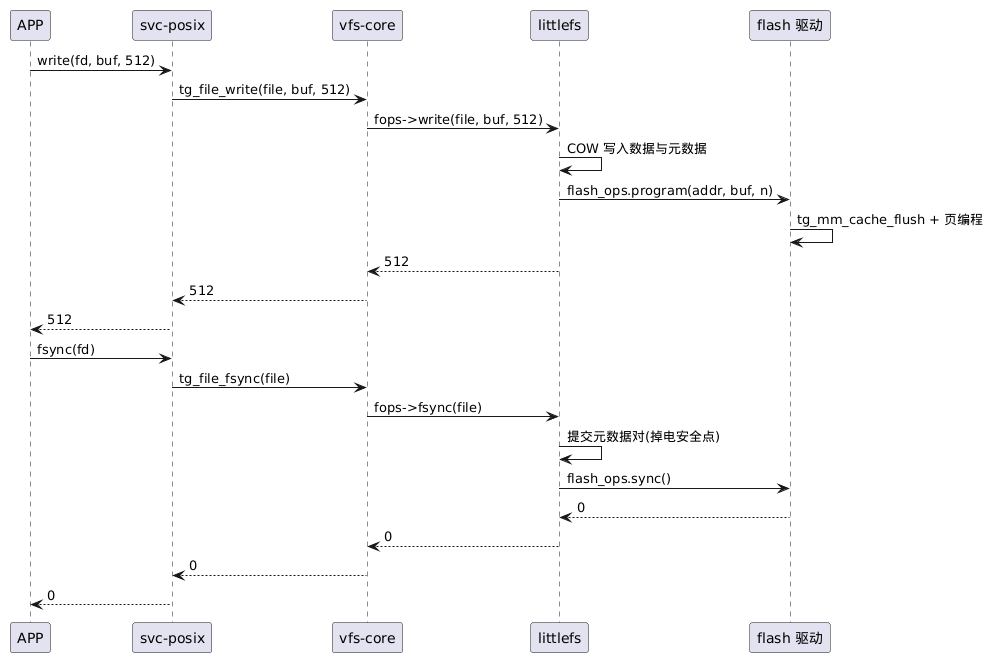
Earlier version of the PlantUML export docs/7-storage/pics/7-03-concrete-fs-01.png (zhuyh4n9/brickOS). Source of this version:
```plantuml
@startuml
participant "APP" as APP
participant "svc-posix" as PX
participant "vfs-core" as VF
participant "littlefs" as LF
participant "flash 驱动" as FL
APP -> PX: write(fd, buf, 512)
PX -> VF: tg_file_write(file, buf, 512)
VF -> LF: fops->write(file, buf, 512)
LF -> LF: COW 写入数据与元数据
LF -> FL: flash_ops.program(addr, buf, n)
FL -> FL: tg_mm_cache_flush + 页编程
LF --> VF: 512
VF --> PX: 512
PX --> APP: 512
APP -> PX: fsync(fd)
PX -> VF: tg_file_fsync(file)
VF -> LF: fops->fsync(file)
LF -> LF: 提交元数据对(掉电安全点)
LF -> FL: flash_ops.sync()
FL --> LF: 0
LF --> VF: 0
VF --> PX: 0
PX --> APP: 0
@enduml
```
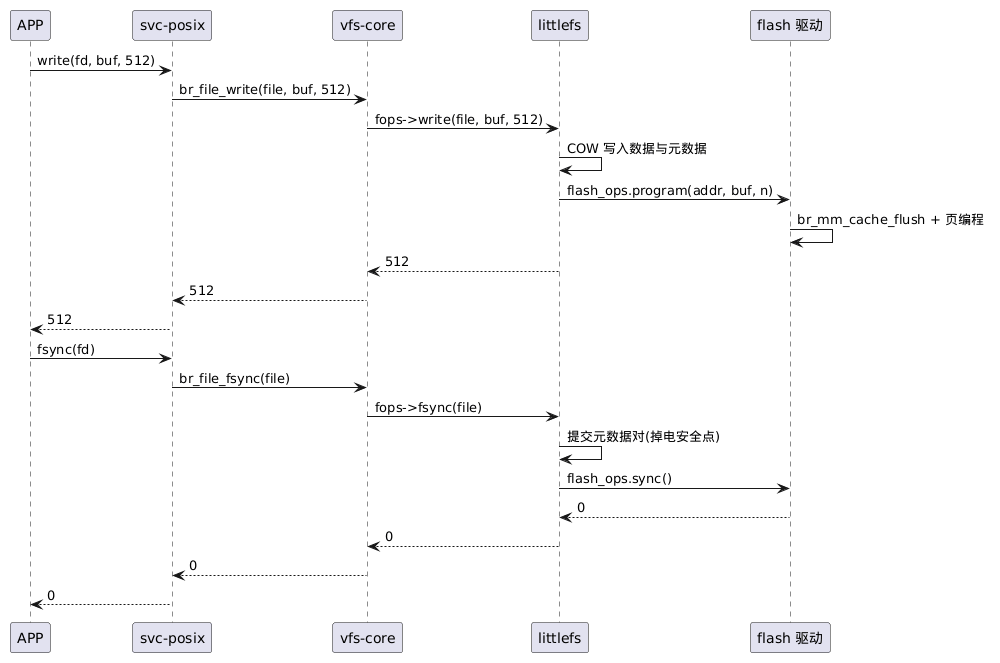
The same diagram one commit later.

Diff of the diagram source:
```diff
@@ -5,16 +5,16 @@
 participant "littlefs" as LF
 participant "flash 驱动" as FL
 APP -> PX: write(fd, buf, 512)
-PX -> VF: tg_file_write(file, buf, 512)
+PX -> VF: br_file_write(file, buf, 512)
 VF -> LF: fops->write(file, buf, 512)
 LF -> LF: COW 写入数据与元数据
 LF -> FL: flash_ops.program(addr, buf, n)
-FL -> FL: tg_mm_cache_flush + 页编程
+FL -> FL: br_mm_cache_flush + 页编程
 LF --> VF: 512
 VF --> PX: 512
 PX --> APP: 512
 APP -> PX: fsync(fd)
-PX -> VF: tg_file_fsync(file)
+PX -> VF: br_file_fsync(file)
 VF -> LF: fops->fsync(file)
 LF -> LF: 提交元数据对(掉电安全点)
 LF -> FL: flash_ops.sync()
```
